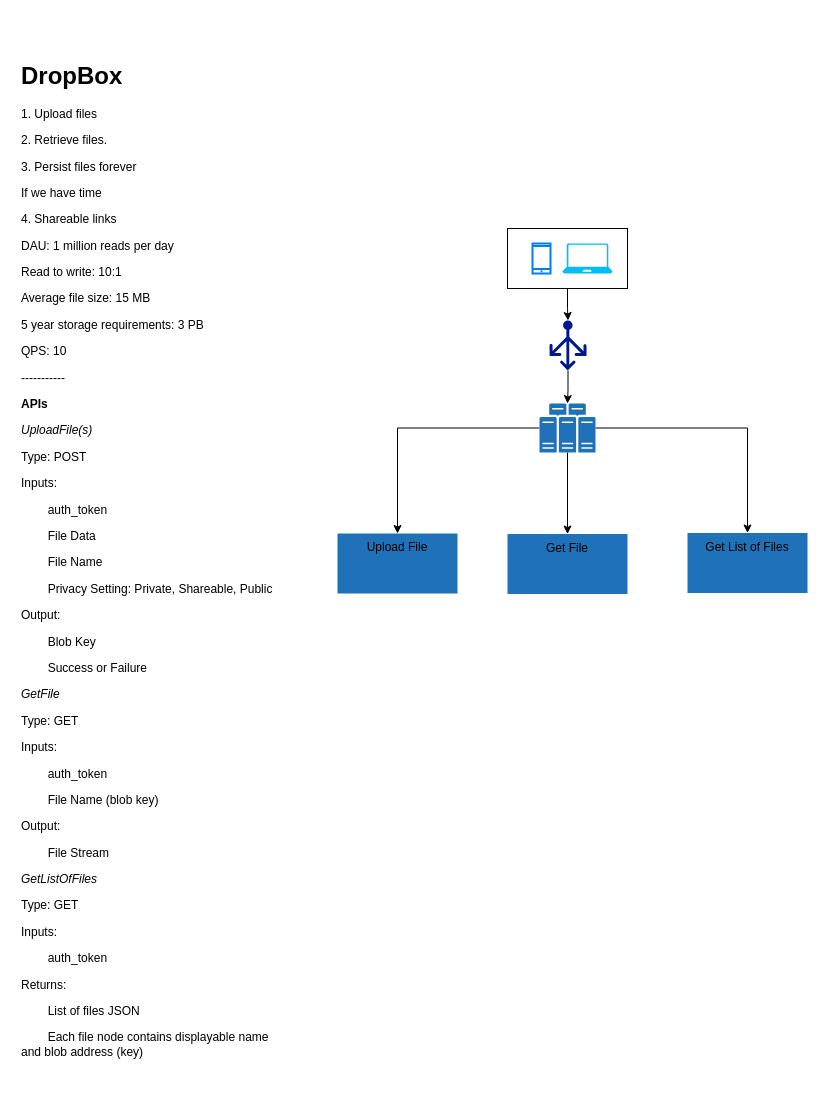
Before: All Drawings/Dropbox.drawio in nsaigal7/SystemDesignDrawings, a draw.io diagram. Source tidied: cells renumbered, new cells numbered last; positions are measured from the earlier drawing's top-left corner, leaving out a move shared by most shapes. Both pictures are drawn from the tidied source at 100%, with x=0, y=0 at pixel (17, 33).
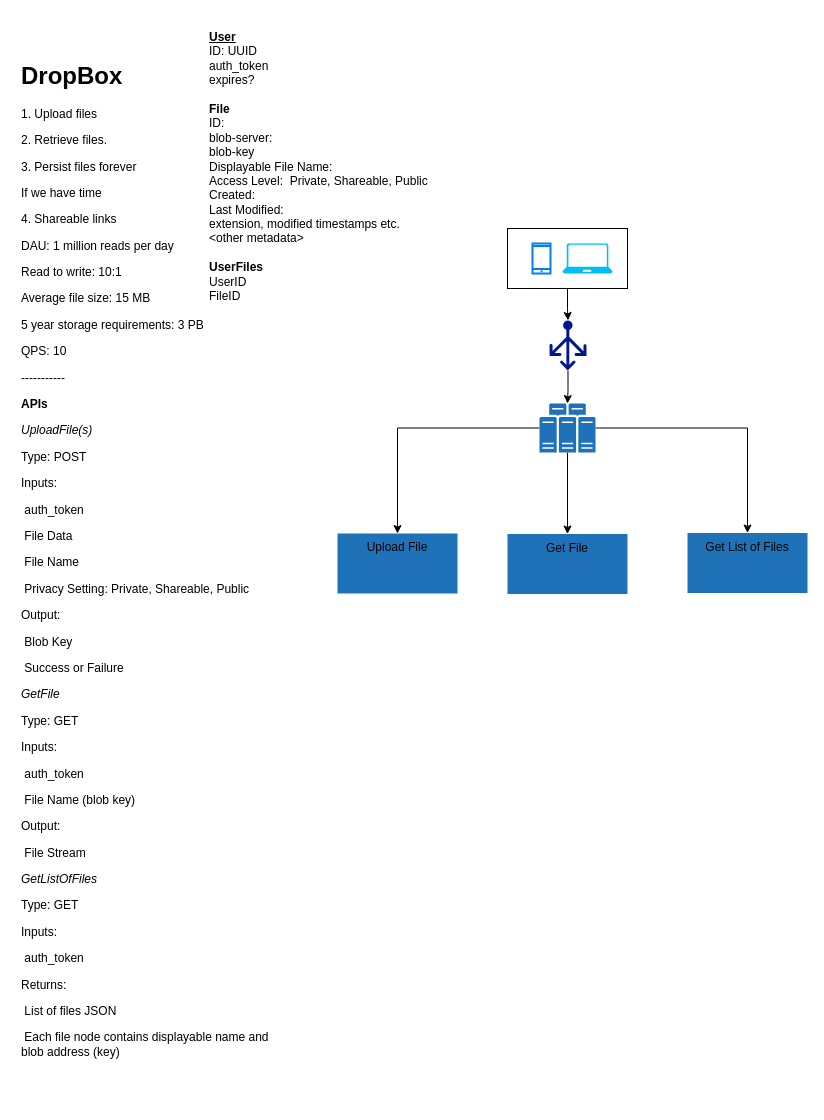
The same page after the edit.

Change to the diagram source:
```diff
@@
-<mxGraphModel>
+<mxGraphModel background="#FFFFFF">
   <root>
     <mxCell id="0" />
     <mxCell id="1" parent="0" />
     <mxCell id="2" style="edgeStyle=orthogonalEdgeStyle;rounded=0;jettySize=auto;html=1;" parent="1" edge="1" source="3" target="8">
       <mxGeometry relative="1" as="geometry" />
     </mxCell>
     <mxCell id="3" style="rounded=0;whiteSpace=wrap;html=1;" parent="1" vertex="1">
       <mxGeometry x="490" y="195" width="120" height="60" as="geometry" />
     </mxCell>
-    <mxCell id="4" value="&lt;h1&gt;DropBox&lt;/h1&gt;&lt;p&gt;1. Upload files&lt;/p&gt;&lt;p&gt;2. Retrieve files.&lt;/p&gt;&lt;p&gt;3. Persist files forever&lt;/p&gt;&lt;p&gt;If we have time&lt;/p&gt;&lt;p&gt;4. Shareable links&lt;/p&gt;&lt;p&gt;DAU: 1 million reads per day&lt;/p&gt;&lt;p&gt;Read to write: 10:1&lt;/p&gt;&lt;p&gt;Average file size: 15 MB&lt;/p&gt;&lt;p&gt;5 year storage requirements: 3&lt;span style=&quot;background-color: initial;&quot;&gt;&amp;nbsp;PB&lt;/span&gt;&lt;/p&gt;&lt;p&gt;&lt;span style=&quot;background-color: initial;&quot;&gt;QPS: 10&lt;/span&gt;&lt;/p&gt;&lt;p&gt;&lt;span style=&quot;background-color: initial;&quot;&gt;-----------&lt;/span&gt;&lt;/p&gt;&lt;p&gt;&lt;b&gt;APIs&lt;/b&gt;&lt;/p&gt;&lt;p&gt;&lt;i style=&quot;&quot;&gt;UploadFile(s)&lt;/i&gt;&lt;/p&gt;&lt;p&gt;&lt;span style=&quot;&quot;&gt;&lt;/span&gt;Type: POST&lt;br&gt;&lt;/p&gt;&lt;p&gt;&lt;span style=&quot;&quot;&gt;&#9;&lt;/span&gt;Inputs:&lt;br&gt;&lt;/p&gt;&lt;p&gt;&lt;/p&gt;&lt;span style=&quot;white-space: pre;&quot;&gt;&#9;&lt;/span&gt;auth_token&lt;p&gt;&lt;span style=&quot;&quot;&gt;&#9;&lt;/span&gt;&lt;span style=&quot;&quot;&gt;&#9;&lt;/span&gt;&lt;span style=&quot;white-space: pre;&quot;&gt;&#9;&lt;/span&gt;File Data&lt;br&gt;&lt;/p&gt;&lt;p&gt;&lt;span style=&quot;white-space: pre;&quot;&gt;&#9;&lt;/span&gt;File Name&lt;br&gt;&lt;/p&gt;&lt;p&gt;&lt;span style=&quot;white-space: pre;&quot;&gt;&#9;&lt;/span&gt;Privacy Setting: Private, Shareable, Public&lt;br&gt;&lt;/p&gt;&lt;p&gt;Output:&lt;/p&gt;&lt;p&gt;&lt;span style=&quot;white-space: pre;&quot;&gt;&#9;&lt;/span&gt;Blob Key&lt;br&gt;&lt;/p&gt;&lt;p&gt;&lt;span style=&quot;white-space: pre;&quot;&gt;&#9;&lt;/span&gt;Success or Failure&lt;br&gt;&lt;/p&gt;&lt;p&gt;&lt;i&gt;GetFile&lt;/i&gt;&lt;/p&gt;&lt;p&gt;Type: GET&lt;/p&gt;&lt;p&gt;Inputs:&lt;/p&gt;&lt;p&gt;&lt;span style=&quot;white-space: pre;&quot;&gt;&#9;&lt;/span&gt;auth_token&lt;br&gt;&lt;/p&gt;&lt;p&gt;&lt;span style=&quot;white-space: pre;&quot;&gt;&#9;&lt;/span&gt;File Name (blob key)&lt;br&gt;&lt;/p&gt;&lt;p&gt;Output:&lt;/p&gt;&lt;p&gt;&lt;span style=&quot;white-space: pre;&quot;&gt;&#9;&lt;/span&gt;File Stream&lt;br&gt;&lt;/p&gt;&lt;p&gt;&lt;i&gt;GetListOfFiles&lt;/i&gt;&lt;/p&gt;&lt;p&gt;Type: GET&lt;/p&gt;&lt;p&gt;Inputs:&lt;/p&gt;&lt;p&gt;&lt;span style=&quot;white-space: pre;&quot;&gt;&#9;&lt;/span&gt;auth_token&lt;br&gt;&lt;/p&gt;&lt;p&gt;Returns:&lt;/p&gt;&lt;p&gt;&lt;span style=&quot;white-space: pre;&quot;&gt;&#9;&lt;/span&gt;List of files JSON&lt;/p&gt;&lt;p&gt;&lt;span style=&quot;background-color: initial;&quot;&gt;&lt;span style=&quot;white-space: pre;&quot;&gt;&#9;&lt;/span&gt;Each file node contains displayable name and blob address (key)&lt;/span&gt;&lt;/p&gt;" style="text;html=1;strokeColor=none;fillColor=none;spacing=4;spacingTop=-20;whiteSpace=wrap;overflow=hidden;rounded=0;horizontal=1;verticalAlign=middle;direction=west;" parent="1" vertex="1">
+    <mxCell id="4" value="&lt;h1&gt;DropBox&lt;/h1&gt;&lt;p&gt;1. Upload files&lt;/p&gt;&lt;p&gt;2. Retrieve files.&lt;/p&gt;&lt;p&gt;3. Persist files forever&lt;/p&gt;&lt;p&gt;If we have time&lt;/p&gt;&lt;p&gt;4. Shareable links&lt;/p&gt;&lt;p&gt;DAU: 1 million reads per day&lt;/p&gt;&lt;p&gt;Read to write: 10:1&lt;/p&gt;&lt;p&gt;Average file size: 15 MB&lt;/p&gt;&lt;p&gt;5 year storage requirements: 3&lt;span style=&quot;background-color: initial;&quot;&gt;&amp;nbsp;PB&lt;/span&gt;&lt;/p&gt;&lt;p&gt;&lt;span style=&quot;background-color: initial;&quot;&gt;QPS: 10&lt;/span&gt;&lt;/p&gt;&lt;p&gt;&lt;span style=&quot;background-color: initial;&quot;&gt;-----------&lt;/span&gt;&lt;/p&gt;&lt;p&gt;&lt;b&gt;APIs&lt;/b&gt;&lt;/p&gt;&lt;p&gt;&lt;i style=&quot;&quot;&gt;UploadFile(s)&lt;/i&gt;&lt;/p&gt;&lt;p&gt;&lt;span style=&quot;&quot;&gt;&lt;/span&gt;Type: POST&lt;br&gt;&lt;/p&gt;&lt;p&gt;&lt;span style=&quot;&quot;&gt; &lt;/span&gt;Inputs:&lt;br&gt;&lt;/p&gt;&lt;p&gt;&lt;/p&gt;&lt;span style=&quot;white-space: pre;&quot;&gt; &lt;/span&gt;auth_token&lt;p&gt;&lt;span style=&quot;&quot;&gt; &lt;/span&gt;&lt;span style=&quot;&quot;&gt; &lt;/span&gt;&lt;span style=&quot;white-space: pre;&quot;&gt; &lt;/span&gt;File Data&lt;br&gt;&lt;/p&gt;&lt;p&gt;&lt;span style=&quot;white-space: pre;&quot;&gt; &lt;/span&gt;File Name&lt;br&gt;&lt;/p&gt;&lt;p&gt;&lt;span style=&quot;white-space: pre;&quot;&gt; &lt;/span&gt;Privacy Setting: Private, Shareable, Public&lt;br&gt;&lt;/p&gt;&lt;p&gt;Output:&lt;/p&gt;&lt;p&gt;&lt;span style=&quot;white-space: pre;&quot;&gt; &lt;/span&gt;Blob Key&lt;br&gt;&lt;/p&gt;&lt;p&gt;&lt;span style=&quot;white-space: pre;&quot;&gt; &lt;/span&gt;Success or Failure&lt;br&gt;&lt;/p&gt;&lt;p&gt;&lt;i&gt;GetFile&lt;/i&gt;&lt;/p&gt;&lt;p&gt;Type: GET&lt;/p&gt;&lt;p&gt;Inputs:&lt;/p&gt;&lt;p&gt;&lt;span style=&quot;white-space: pre;&quot;&gt; &lt;/span&gt;auth_token&lt;br&gt;&lt;/p&gt;&lt;p&gt;&lt;span style=&quot;white-space: pre;&quot;&gt; &lt;/span&gt;File Name (blob key)&lt;br&gt;&lt;/p&gt;&lt;p&gt;Output:&lt;/p&gt;&lt;p&gt;&lt;span style=&quot;white-space: pre;&quot;&gt; &lt;/span&gt;File Stream&lt;br&gt;&lt;/p&gt;&lt;p&gt;&lt;i&gt;GetListOfFiles&lt;/i&gt;&lt;/p&gt;&lt;p&gt;Type: GET&lt;/p&gt;&lt;p&gt;Inputs:&lt;/p&gt;&lt;p&gt;&lt;span style=&quot;white-space: pre;&quot;&gt; &lt;/span&gt;auth_token&lt;br&gt;&lt;/p&gt;&lt;p&gt;Returns:&lt;/p&gt;&lt;p&gt;&lt;span style=&quot;white-space: pre;&quot;&gt; &lt;/span&gt;List of files JSON&lt;/p&gt;&lt;p&gt;&lt;span style=&quot;background-color: initial;&quot;&gt;&lt;span style=&quot;white-space: pre;&quot;&gt; &lt;/span&gt;Each file node contains displayable name and blob address (key)&lt;/span&gt;&lt;/p&gt;" style="text;html=1;strokeColor=none;fillColor=none;spacing=4;spacingTop=-20;whiteSpace=wrap;overflow=hidden;rounded=0;horizontal=1;verticalAlign=middle;direction=west;" parent="1" vertex="1">
       <mxGeometry width="270" height="1070" as="geometry" />
     </mxCell>
     <mxCell id="5" style="html=1;verticalLabelPosition=bottom;align=center;labelBackgroundColor=#ffffff;verticalAlign=top;strokeWidth=2;strokeColor=#0080F0;shadow=0;dashed=0;shape=mxgraph.ios7.icons.smartphone;" parent="1" vertex="1">
       <mxGeometry x="515" y="210" width="18" height="30" as="geometry" />
     </mxCell>
     <mxCell id="6" style="verticalLabelPosition=bottom;html=1;verticalAlign=top;align=center;strokeColor=none;fillColor=#00BEF2;shape=mxgraph.azure.laptop;" parent="1" vertex="1">
       <mxGeometry x="545" y="210" width="50" height="30" as="geometry" />
     </mxCell>
     <mxCell id="7" style="edgeStyle=orthogonalEdgeStyle;rounded=0;jettySize=auto;html=1;" parent="1" edge="1" source="8" target="12">
       <mxGeometry relative="1" as="geometry" />
     </mxCell>
     <mxCell id="8" style="sketch=0;shadow=0;dashed=0;html=1;strokeColor=none;labelPosition=center;verticalLabelPosition=bottom;verticalAlign=top;align=center;fillColor=#00188D;shape=mxgraph.azure.load_balancer_generic;" parent="1" vertex="1">
       <mxGeometry x="532" y="287" width="37" height="50" as="geometry" />
     </mxCell>
     <mxCell id="9" style="edgeStyle=orthogonalEdgeStyle;rounded=0;jettySize=auto;html=1;" parent="1" edge="1" source="12" target="13">
       <mxGeometry relative="1" as="geometry" />
     </mxCell>
     <mxCell id="10" style="edgeStyle=orthogonalEdgeStyle;rounded=0;jettySize=auto;html=1;" parent="1" edge="1" source="12" target="14">
       <mxGeometry relative="1" as="geometry" />
     </mxCell>
     <mxCell id="11" style="edgeStyle=orthogonalEdgeStyle;rounded=0;jettySize=auto;html=1;" parent="1" edge="1" source="12" target="15">
       <mxGeometry relative="1" as="geometry" />
     </mxCell>
     <mxCell id="12" style="sketch=0;shadow=0;dashed=0;html=1;strokeColor=none;labelPosition=center;verticalLabelPosition=bottom;verticalAlign=top;outlineConnect=0;align=center;shape=mxgraph.office.servers.physical_host_farm;fillColor=#2072B8;" parent="1" vertex="1">
       <mxGeometry x="522" y="370" width="56" height="49" as="geometry" />
     </mxCell>
     <mxCell id="13" value="Upload File" style="whiteSpace=wrap;html=1;verticalAlign=top;fillColor=#2072B8;strokeColor=none;sketch=0;shadow=0;dashed=0;" parent="1" vertex="1">
       <mxGeometry x="320" y="500" width="120" height="60" as="geometry" />
     </mxCell>
     <mxCell id="14" value="Get File" style="whiteSpace=wrap;html=1;verticalAlign=top;fillColor=#2072B8;strokeColor=none;sketch=0;shadow=0;dashed=0;" parent="1" vertex="1">
       <mxGeometry x="490" y="500.5" width="120" height="60" as="geometry" />
     </mxCell>
     <mxCell id="15" value="Get List of Files" style="whiteSpace=wrap;html=1;verticalAlign=top;fillColor=#2072B8;strokeColor=none;sketch=0;shadow=0;dashed=0;" parent="1" vertex="1">
       <mxGeometry x="670" y="499.5" width="120" height="60" as="geometry" />
     </mxCell>
+    <mxCell id="16" value="&lt;b&gt;&lt;u&gt;User &lt;/u&gt;&lt;/b&gt;&lt;br&gt;ID: UUID&lt;br&gt;auth_token&lt;br&gt;expires?&lt;br&gt;&lt;br&gt;&lt;b&gt;File&lt;br&gt;&lt;/b&gt;ID:&lt;br&gt;blob-server:&lt;br&gt;blob-key&lt;br&gt;Displayable File Name:&lt;br&gt;Access Level:&amp;nbsp; Private, Shareable, Public&lt;br&gt;Created:&amp;nbsp;&lt;br&gt;Last Modified:&lt;br&gt;extension, modified timestamps etc.&lt;br&gt;&amp;lt;other metadata&amp;gt;&lt;br&gt;&lt;br&gt;&lt;b&gt;UserFiles&lt;/b&gt;&lt;br&gt;UserID&lt;br&gt;FileID&lt;br&gt;" style="text;html=1;strokeColor=none;fillColor=none;align=left;verticalAlign=top;whiteSpace=wrap;rounded=0;" parent="1" vertex="1">
+      <mxGeometry x="190" y="-10" width="230" height="320" as="geometry" />
+    </mxCell>
   </root>
 </mxGraphModel>
```
